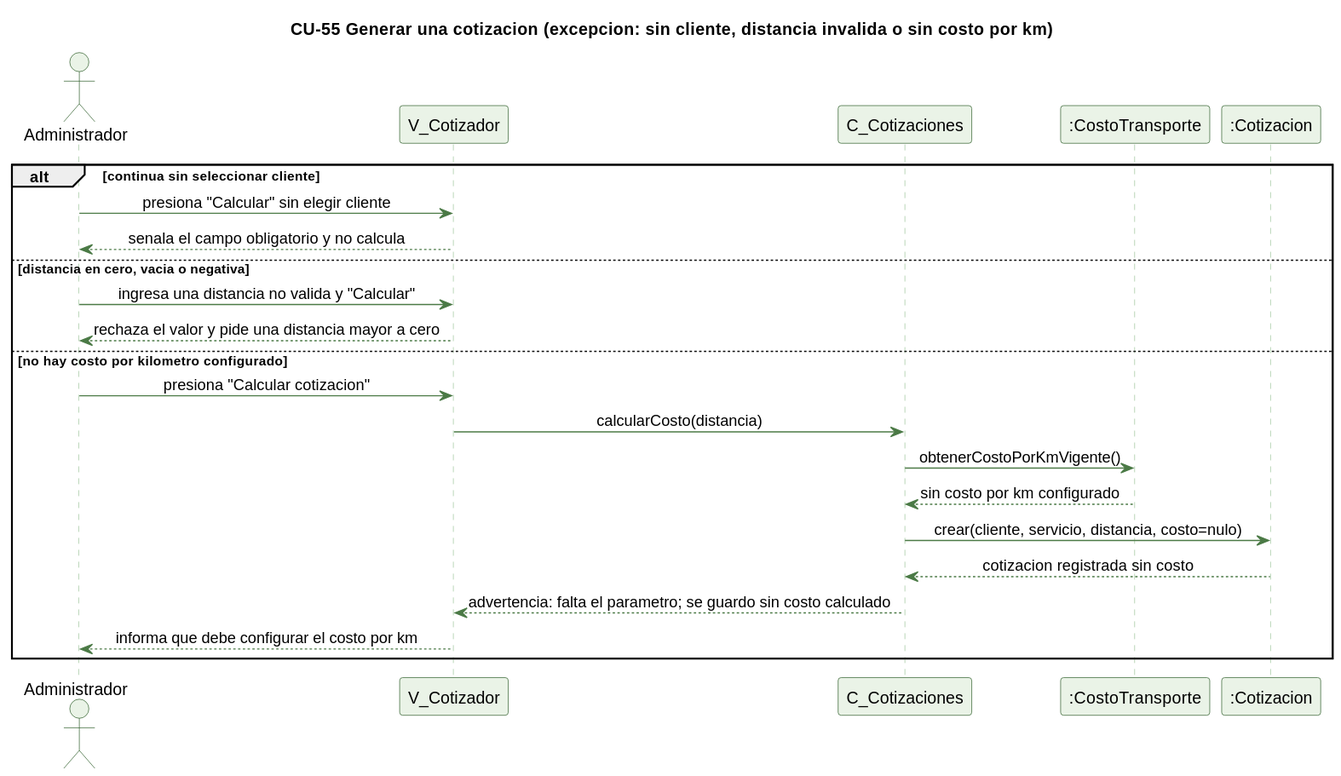
Above: docs/trabajo-grupal/diagramas/secuencias/cu55-cotizacion-excepcion.svg in kenjikaese/Triverde (PlantUML), before the change.
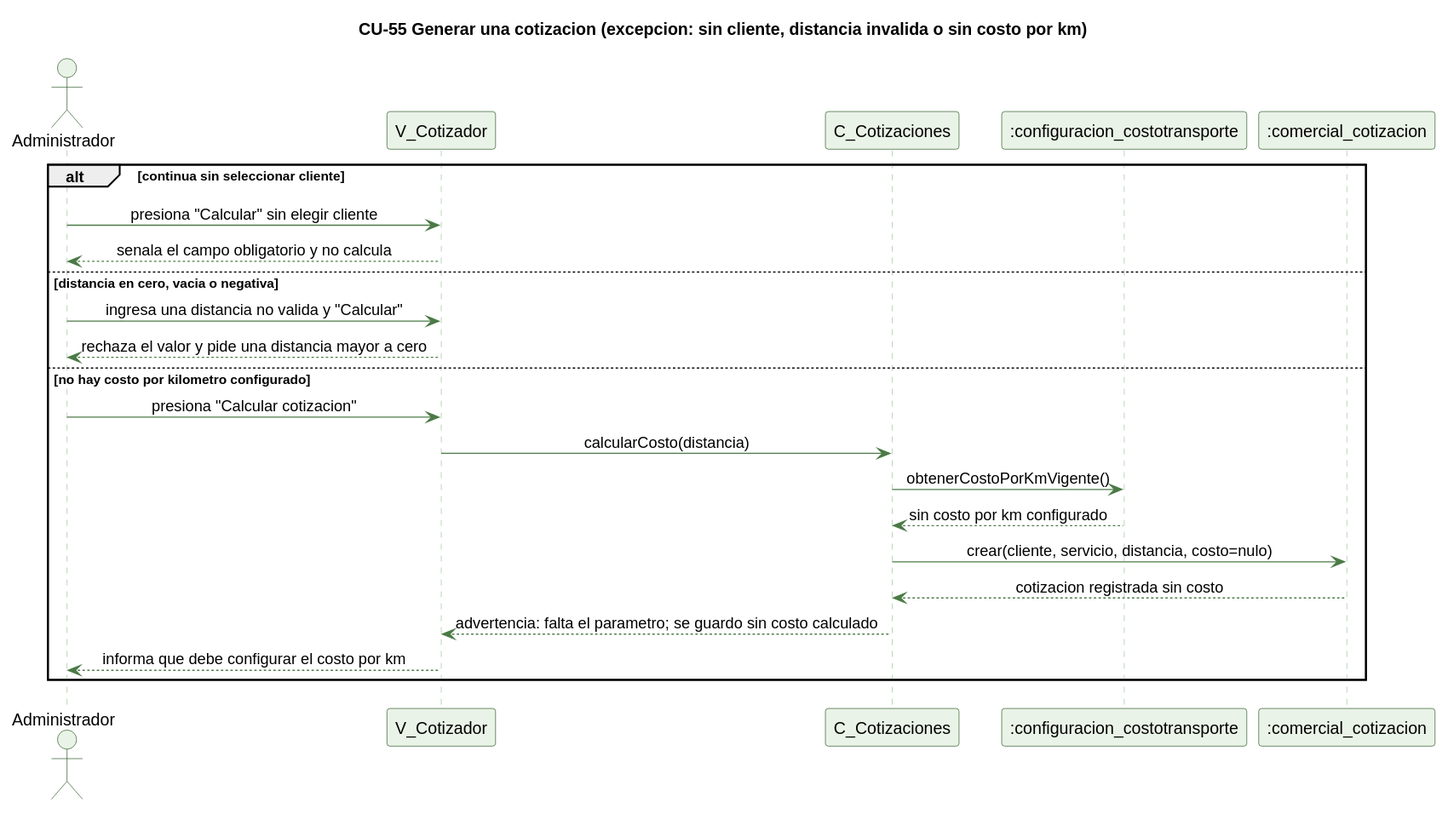
Above is the later version.

Diff of the diagram source:
```diff
@@ -15,8 +15,8 @@
 actor Administrador
 participant "V_Cotizador" as V
 participant "C_Cotizaciones" as C
-participant ":CostoTransporte" as CT
-participant ":Cotizacion" as COT
+participant ":configuracion_costotransporte" as CT
+participant ":comercial_cotizacion" as COT
 
 alt continua sin seleccionar cliente
   Administrador -> V : presiona "Calcular" sin elegir cliente
```
